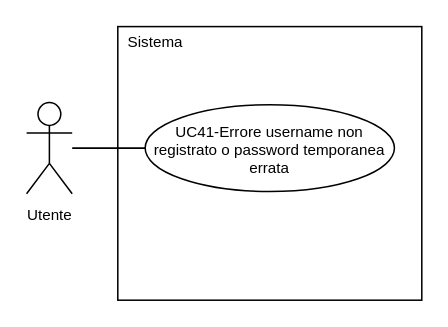
SnakeByteTeam/snakebyteteam.github.io keeps this draw.io diagram as 2-RTB/Documenti_esterni/Analisi_dei_requisiti/draw.io/UC41.drawio. Above is the earlier version. Source tidied: cells renumbered, new cells numbered last; positions are measured from the earlier drawing's top-left corner, leaving out a move shared by most shapes. Both pictures are drawn from the tidied source at 152%, with x=0, y=0 at pixel (26, 26).
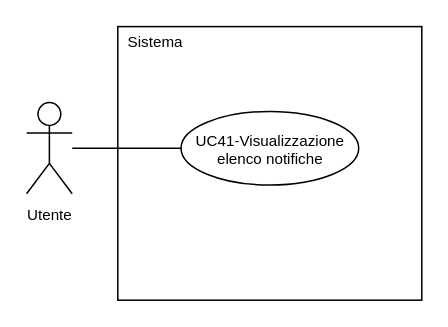
The same diagram, later.

Diff of the diagram source:
```diff
@@
 <mxGraphModel>
   <root>
     <mxCell id="0" />
     <mxCell id="1" parent="0" />
     <mxCell id="2" value="&lt;font style=&quot;font-size: 10px; line-height: 100%;&quot;&gt;Utente&lt;/font&gt;" style="shape=umlActor;verticalLabelPosition=bottom;verticalAlign=top;html=1;outlineConnect=0;" parent="1" vertex="1">
       <mxGeometry y="50" width="30" height="60" as="geometry" />
     </mxCell>
     <mxCell id="3" style="rounded=0;whiteSpace=wrap;html=1;" parent="1" vertex="1">
       <mxGeometry x="60" width="200" height="180" as="geometry" />
     </mxCell>
     <mxCell id="4" style="edgeStyle=orthogonalEdgeStyle;rounded=0;jettySize=auto;html=1;exitX=0;exitY=0.5;exitDx=0;exitDy=0;endArrow=none;endFill=0;" parent="1" edge="1" source="5" target="2">
       <mxGeometry relative="1" as="geometry" />
     </mxCell>
-    <mxCell id="5" value="&lt;div style=&quot;line-height: 100%;&quot;&gt;&lt;font style=&quot;line-height: 100%; font-size: 10px;&quot;&gt;UC41-Errore username non registrato o password temporanea errata&lt;/font&gt;&lt;/div&gt;" style="ellipse;whiteSpace=wrap;html=1;" parent="1" vertex="1">
-      <mxGeometry x="78" y="51.4" width="164" height="57.1" as="geometry" />
+    <mxCell id="5" value="&lt;div style=&quot;line-height: 100%;&quot;&gt;&lt;font style=&quot;line-height: 100%; font-size: 10px;&quot;&gt;UC41-Visualizzazione&lt;/font&gt;&lt;/div&gt;&lt;div style=&quot;line-height: 100%;&quot;&gt;&lt;font style=&quot;line-height: 100%; font-size: 10px;&quot;&gt;elenco notifiche&lt;/font&gt;&lt;/div&gt;" style="ellipse;whiteSpace=wrap;html=1;" parent="1" vertex="1">
+      <mxGeometry x="101.6" y="55.8" width="116.9" height="48.4" as="geometry" />
     </mxCell>
     <mxCell id="6" value="&lt;font style=&quot;font-size: 10px;&quot;&gt;Sistema&lt;/font&gt;" style="text;html=1;whiteSpace=wrap;strokeColor=none;fillColor=none;align=center;verticalAlign=middle;rounded=0;" parent="1" vertex="1">
       <mxGeometry x="60" width="50" height="20" as="geometry" />
     </mxCell>
   </root>
 </mxGraphModel>
```
